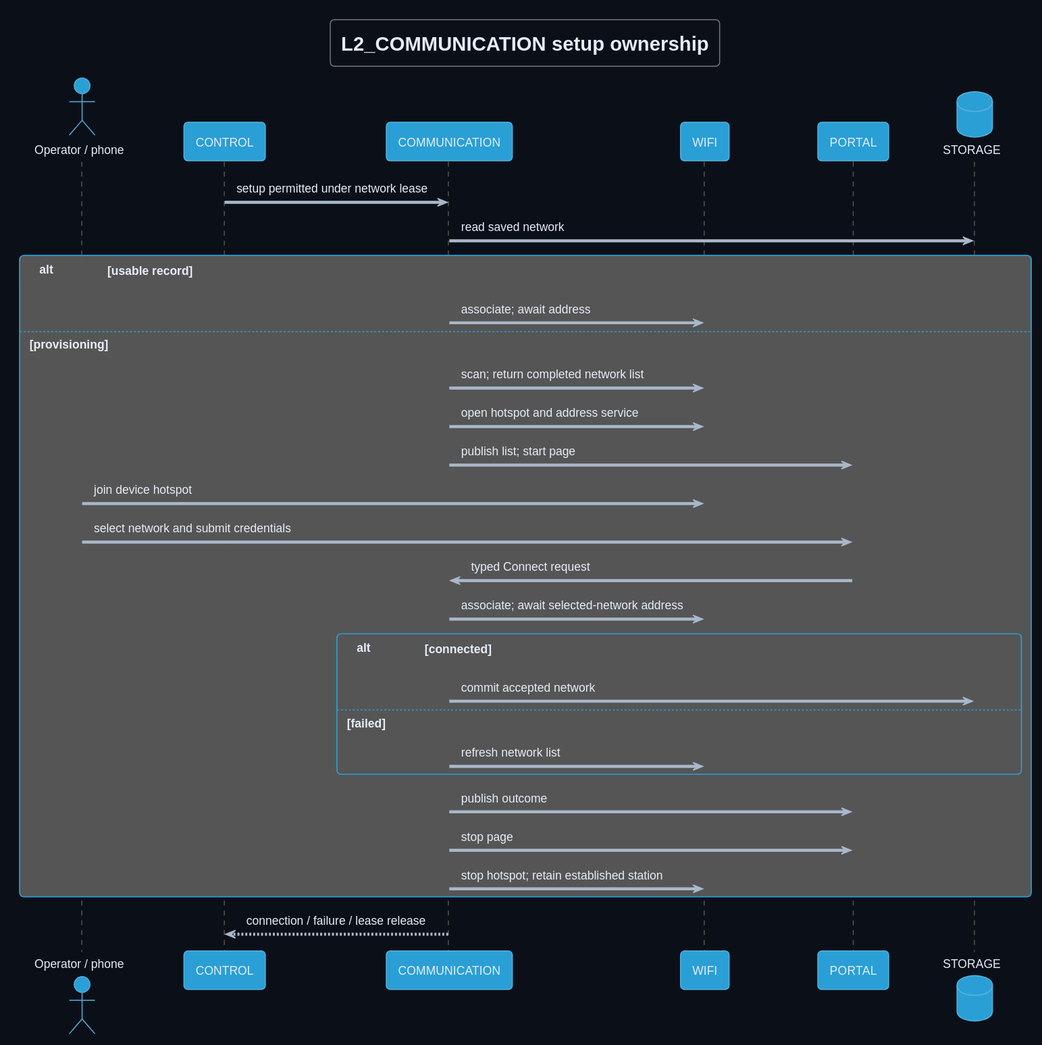
This is Development/system/architecture/COMMUNICATION/rendered/setup_sequence.svg from DemonicPsychoII/DigitalStethoscope, a PlantUML export, as it was before one commit. Its diagram source:
```plantuml
@startuml
!theme cyborg
skinparam shadowing false
skinparam defaultFontName SansSerif
skinparam backgroundColor #0b1018
skinparam defaultFontColor #e6edf7
skinparam ArrowColor #a9b8ca
title L2_COMMUNICATION setup ownership
actor "Operator / phone" as Operator
participant CONTROL
participant COMMUNICATION
participant WIFI
participant PORTAL
database STORAGE
CONTROL -> COMMUNICATION : setup permitted under network lease
COMMUNICATION -> STORAGE : read saved network
alt usable record
 COMMUNICATION -> WIFI : associate; await address
else provisioning
 COMMUNICATION -> WIFI : scan; return completed network list
 COMMUNICATION -> WIFI : open hotspot and address service
 COMMUNICATION -> PORTAL : publish list; start page
 Operator -> WIFI : join device hotspot
 Operator -> PORTAL : select network and submit credentials
 PORTAL -> COMMUNICATION : typed Connect request
 COMMUNICATION -> WIFI : associate; await selected-network address
 alt connected
  COMMUNICATION -> STORAGE : commit accepted network
 else failed
  COMMUNICATION -> WIFI : refresh network list
 end
 COMMUNICATION -> PORTAL : publish outcome
 COMMUNICATION -> PORTAL : stop page
 COMMUNICATION -> WIFI : stop hotspot; retain established station
end
COMMUNICATION --> CONTROL : connection / failure / lease release
@enduml
```
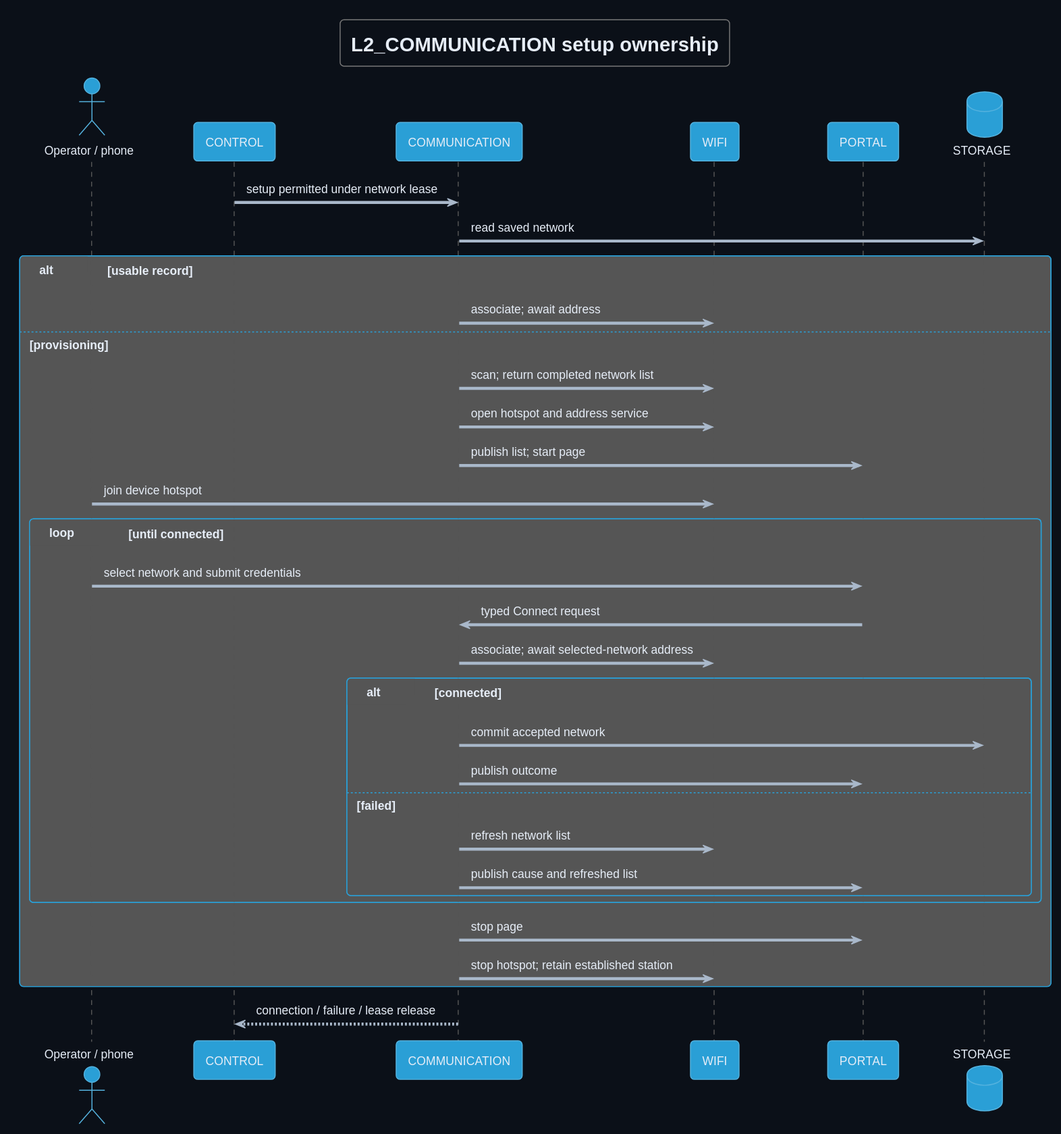
Later version of the same file.

Commit message:
docs: loop failed portal connects and hold lease through recovery provisioning

Change to the diagram source:
```diff
@@ -21,15 +21,18 @@
  COMMUNICATION -> WIFI : open hotspot and address service
  COMMUNICATION -> PORTAL : publish list; start page
  Operator -> WIFI : join device hotspot
- Operator -> PORTAL : select network and submit credentials
- PORTAL -> COMMUNICATION : typed Connect request
- COMMUNICATION -> WIFI : associate; await selected-network address
- alt connected
-  COMMUNICATION -> STORAGE : commit accepted network
- else failed
-  COMMUNICATION -> WIFI : refresh network list
+ loop until connected
+  Operator -> PORTAL : select network and submit credentials
+  PORTAL -> COMMUNICATION : typed Connect request
+  COMMUNICATION -> WIFI : associate; await selected-network address
+  alt connected
+   COMMUNICATION -> STORAGE : commit accepted network
+   COMMUNICATION -> PORTAL : publish outcome
+  else failed
+   COMMUNICATION -> WIFI : refresh network list
+   COMMUNICATION -> PORTAL : publish cause and refreshed list
+  end
  end
- COMMUNICATION -> PORTAL : publish outcome
  COMMUNICATION -> PORTAL : stop page
  COMMUNICATION -> WIFI : stop hotspot; retain established station
 end
```
